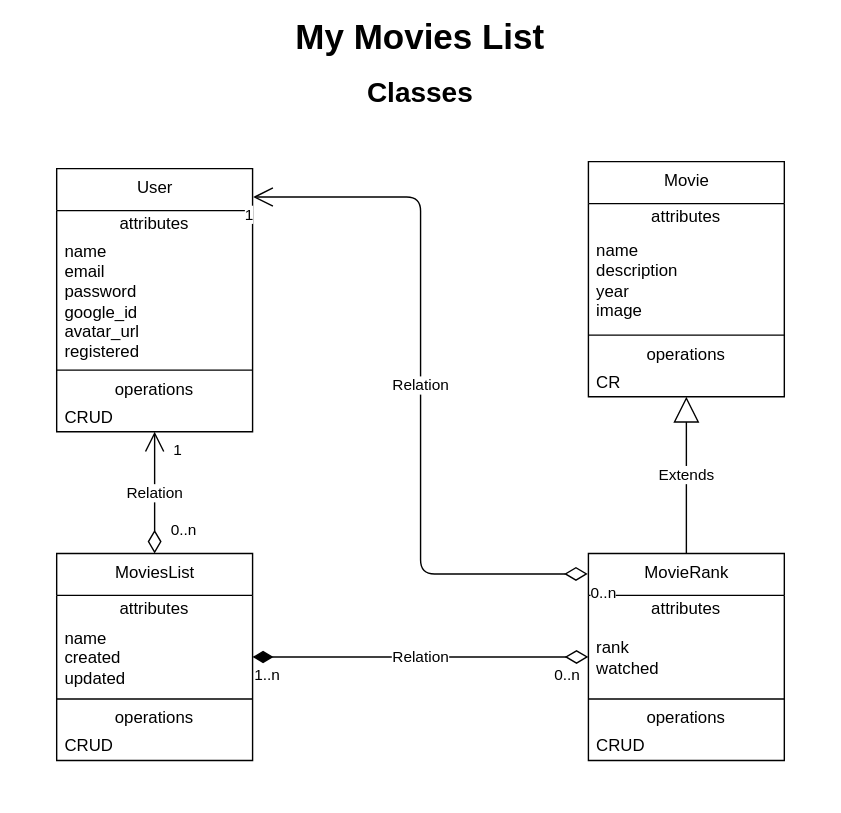
Earlier version of the draw.io export MML-Classes.drawio.svg (itamarc/mymovieslist). Source tidied: cells renumbered, new cells last; positions are measured from the earlier drawing's top-left corner, leaving out a move shared by most shapes.
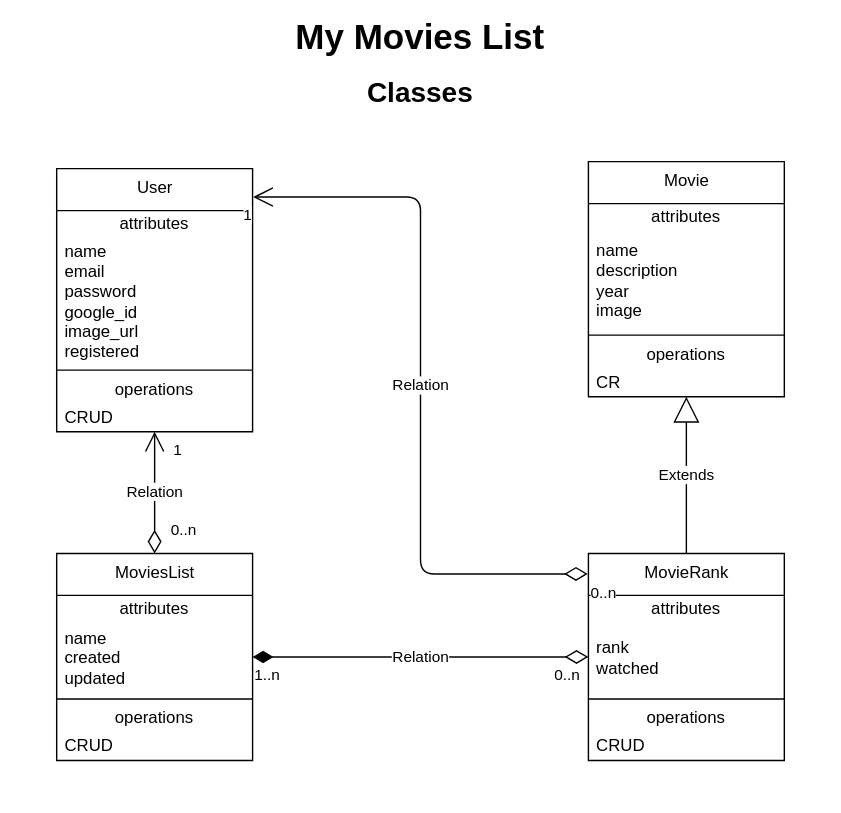
The same diagram one commit later.

Commit message:
Created first REST API doc

The edit, as a diff of the source:
```diff
@@ -12,7 +12,7 @@
     <mxCell id="5" value="attributes" style="text;html=1;strokeColor=none;fillColor=none;align=center;verticalAlign=middle;spacingLeft=4;spacingRight=4;overflow=hidden;" parent="4" vertex="1">
       <mxGeometry y="30" width="140" height="20" as="geometry" />
     </mxCell>
-    <mxCell id="6" value="name&lt;br&gt;email&lt;br&gt;password&lt;br&gt;google_id&lt;br&gt;avatar_url&lt;br&gt;registered" style="text;html=1;strokeColor=none;fillColor=none;align=left;verticalAlign=middle;spacingLeft=4;spacingRight=4;overflow=hidden;" parent="4" vertex="1">
+    <mxCell id="6" value="name&lt;br&gt;email&lt;br&gt;password&lt;br&gt;google_id&lt;br&gt;image_url&lt;br&gt;registered" style="text;html=1;strokeColor=none;fillColor=none;align=left;verticalAlign=middle;spacingLeft=4;spacingRight=4;overflow=hidden;" parent="4" vertex="1">
       <mxGeometry y="50" width="140" height="90" as="geometry" />
     </mxCell>
     <mxCell id="7" style="line;strokeWidth=1;fillColor=none;align=left;verticalAlign=middle;spacingTop=-1;spacingLeft=3;spacingRight=3;labelPosition=right;" parent="4" vertex="1">
```
